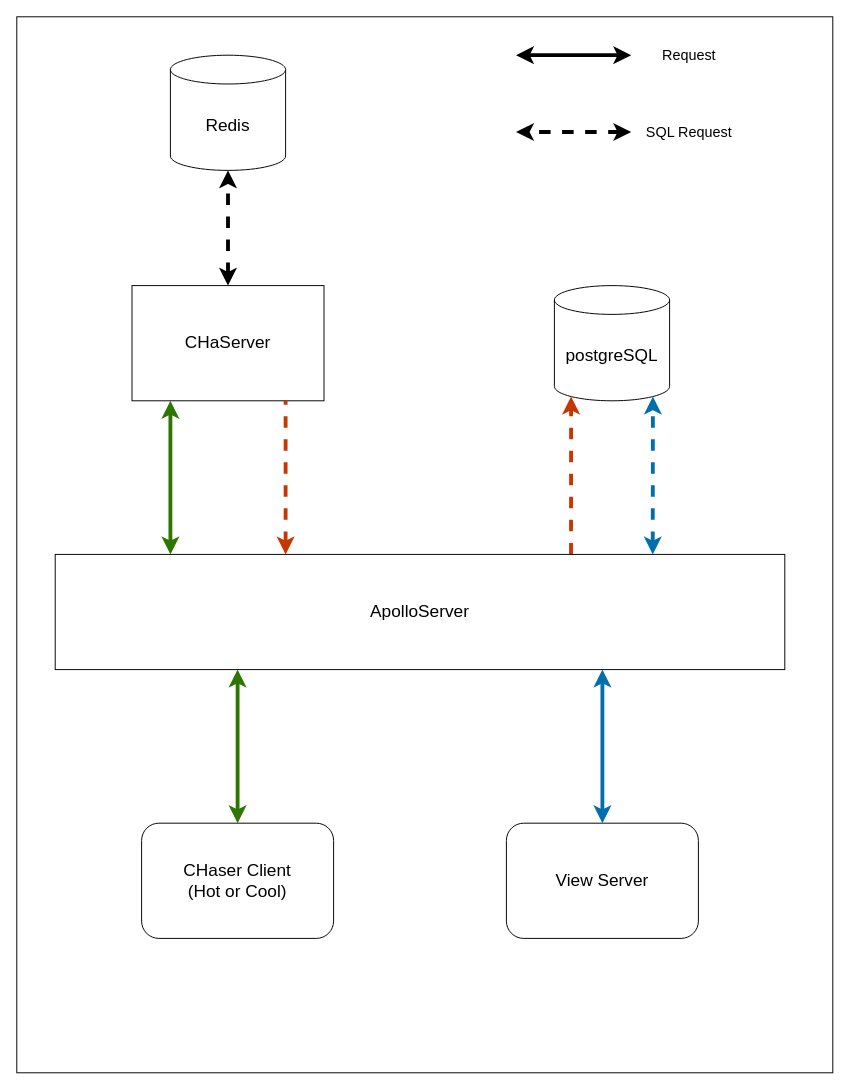
noko1024/CHaServer-Doc keeps this draw.io diagram as drawio/Relationship.drawio. Above is the earlier version. Source tidied: cells renumbered, new cells numbered last; positions are measured from the earlier drawing's top-left corner, leaving out a move shared by most shapes. Both pictures are drawn from the tidied source at 96%, with x=0, y=0 at pixel (-104, 45).
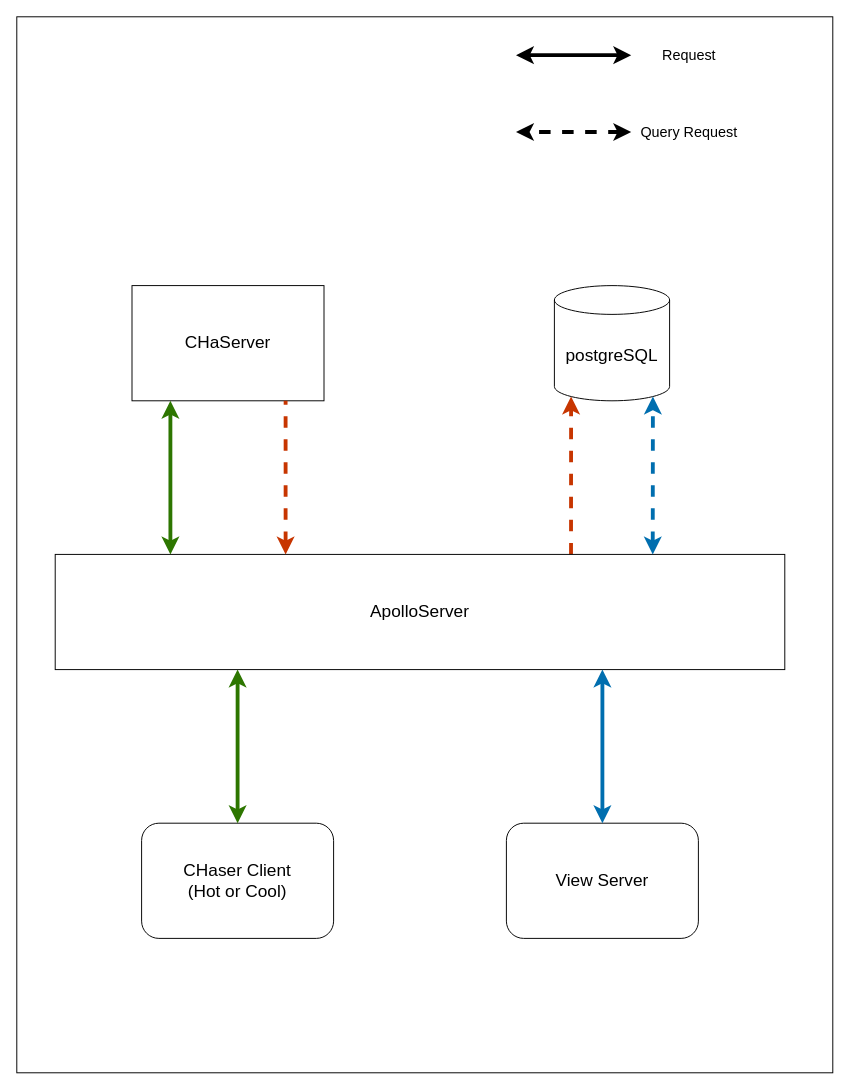
The same page after the edit.

Commit message (it also covers changes not shown here):
Redisの利用を中止

Unchanged cells that the change refers to:
```xml
<mxCell id="7" value="&lt;font&gt;&lt;font style=&quot;font-size: 18px&quot;&gt;CHaServer&lt;/font&gt;&lt;br&gt;&lt;/font&gt;" style="rounded=0;whiteSpace=wrap;html=1;" parent="1" vertex="1">
  <mxGeometry x="245" y="250" width="200" height="120" as="geometry" />
</mxCell>
```

What changed in the source:
```diff
@@
-    <mxCell id="6" value="&lt;font&gt;&lt;font style=&quot;font-size: 18px&quot;&gt;Redis&lt;/font&gt;&lt;br&gt;&lt;/font&gt;" style="shape=cylinder3;whiteSpace=wrap;html=1;boundedLbl=1;backgroundOutline=1;size=15;" parent="1" vertex="1">
-      <mxGeometry x="285" y="10" width="120" height="120" as="geometry" />
-    </mxCell>
@@
-    <mxCell id="11" style="endArrow=classic;startArrow=classic;html=1;fontSize=15;exitX=0.5;exitY=0;exitDx=0;exitDy=0;entryX=0.5;entryY=1;entryDx=0;entryDy=0;entryPerimeter=0;dashed=1;strokeWidth=4;" parent="1" edge="1" source="7" target="6">
-      <mxGeometry relative="1" as="geometry" />
-    </mxCell>
@@
-    <mxCell id="19" value="SQL Request" style="text;html=1;align=center;verticalAlign=middle;strokeColor=none;fillColor=none;fontSize=15;" parent="1" vertex="1">
-      <mxGeometry x="775" y="80" width="100" height="20" as="geometry" />
-    </mxCell>
+    <mxCell id="20" value="Query Request" style="text;html=1;align=center;verticalAlign=middle;strokeColor=none;fillColor=none;fontSize=15;" parent="1" vertex="1">
+      <mxGeometry x="765" y="80" width="120" height="20" as="geometry" />
+    </mxCell>
```
